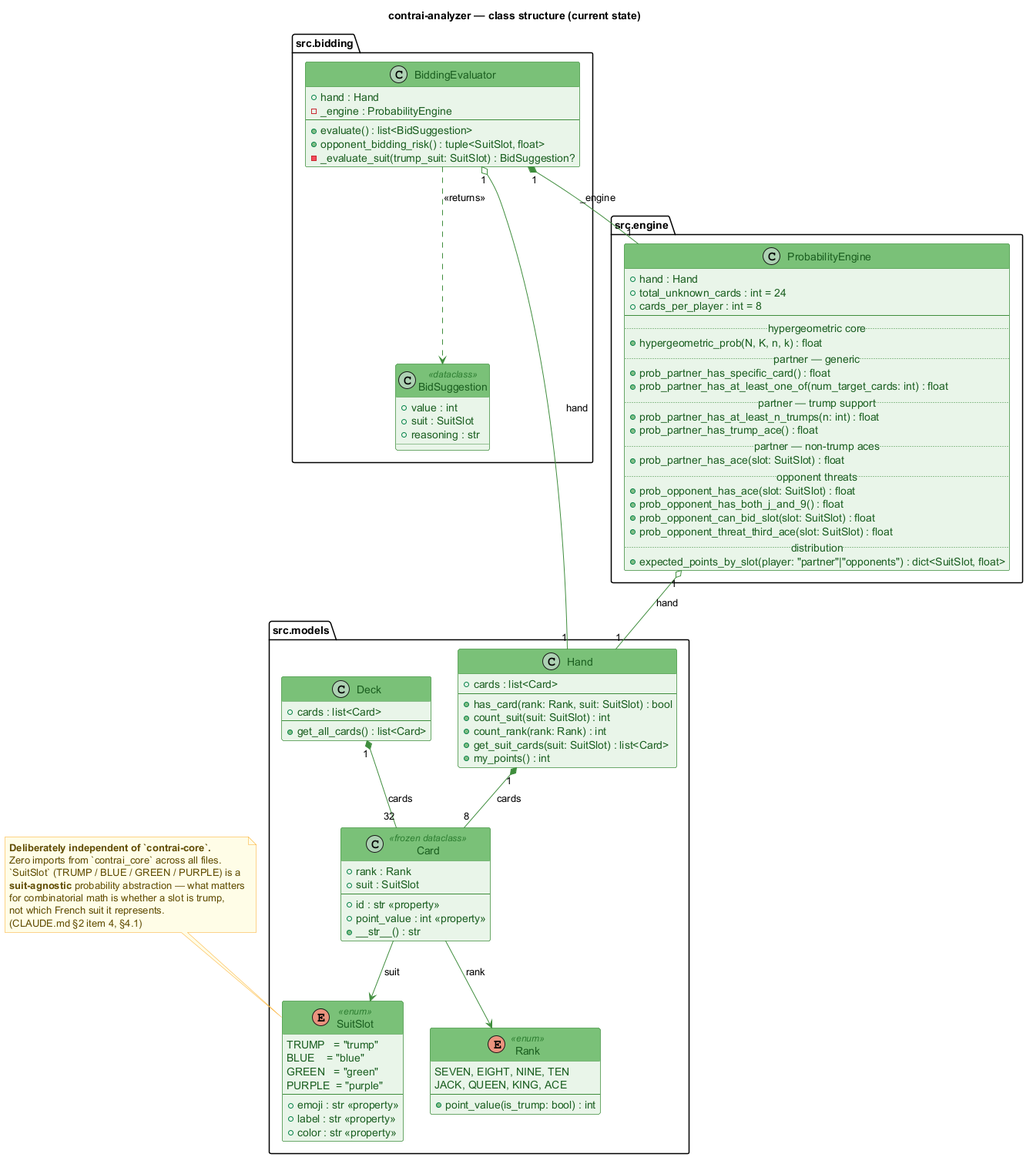
valmathieu/ContrAI keeps this PlantUML diagram as docs/diagrams/class_analyzer.png. Above is the earlier version.
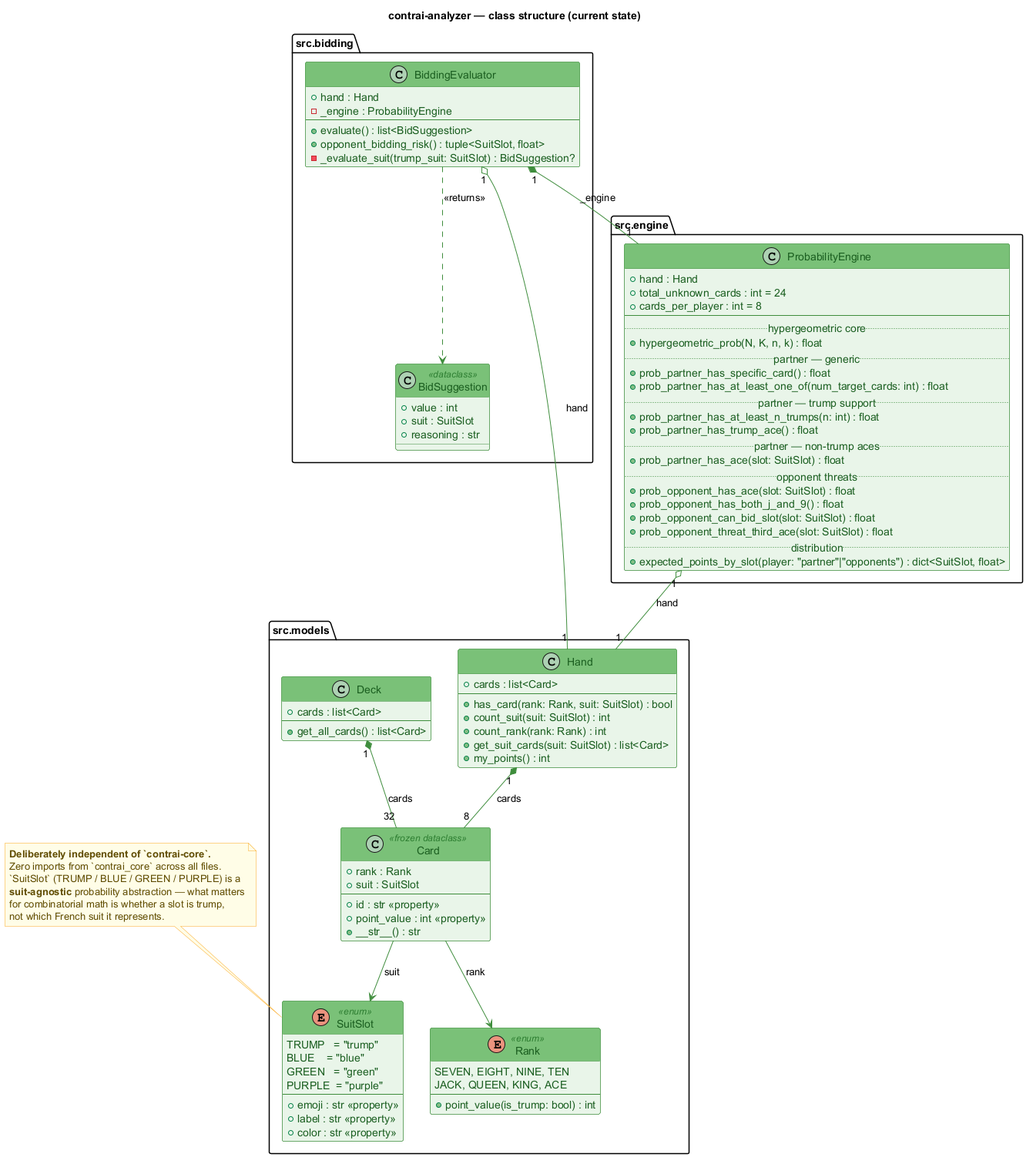
The same diagram one commit later.

Change to the diagram source:
```diff
@@ -131,7 +131,6 @@
   **suit-agnostic** probability abstraction — what matters
   for combinatorial math is whether a slot is trump,
   not which French suit it represents.
-  (CLAUDE.md §2 item 4, §4.1)
 end note
 
 N_independence .. SuitSlot
```
